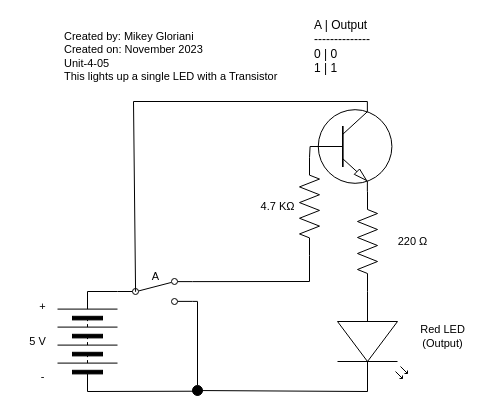
This is Unit-4-06/Unit-4-06.drawio from MikeyGloriani/TEJ3M-Unit-4, a draw.io file, before an edit. Source tidied: cells renumbered, new cells numbered last; positions are measured from the earlier drawing's top-left corner, leaving out a move shared by most shapes. Both pictures are drawn from the tidied source at 100%, with x=0, y=0 at pixel (17, 21).
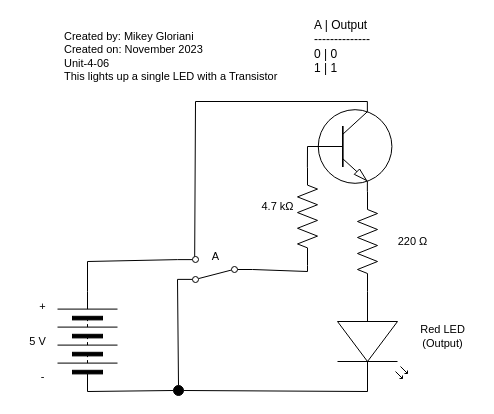
The same page after the edit.

Unchanged cells that the change refers to:
```xml
<mxCell id="3" style="verticalLabelPosition=bottom;shadow=0;dashed=0;align=center;html=1;verticalAlign=top;shape=mxgraph.electrical.miscellaneous.batteryStack;rotation=-90;" parent="1" vertex="1">
  <mxGeometry x="20" y="290" width="100" height="60" as="geometry" />
</mxCell>
<mxCell id="6" style="verticalLabelPosition=bottom;shadow=0;dashed=0;align=center;html=1;verticalAlign=top;shape=mxgraph.electrical.opto_electronics.led_2;fontFamily=Helvetica;fontSize=11;fontColor=default;rotation=90;" parent="1" vertex="1">
  <mxGeometry x="305" y="285" width="100" height="70" as="geometry" />
</mxCell>
<mxCell id="22" style="verticalLabelPosition=bottom;shadow=0;dashed=0;align=center;html=1;verticalAlign=top;shape=mxgraph.electrical.transistors.npn_transistor_1;" parent="1" vertex="1">
  <mxGeometry x="290" y="80" width="87" height="90" as="geometry" />
</mxCell>
```

What changed in the source:
```diff
@@
+    <mxCell id="21" style="edgeStyle=none;shape=connector;rounded=0;html=1;labelBackgroundColor=default;strokeColor=default;fontFamily=Helvetica;fontSize=11;fontColor=default;endArrow=none;endFill=0;exitX=0.7;exitY=0;exitDx=0;exitDy=0;exitPerimeter=0;entryX=0.771;entryY=0.944;entryDx=0;entryDy=0;entryPerimeter=0;" parent="1" edge="1" target="15">
+      <mxGeometry relative="1" as="geometry">
+        <mxPoint x="349.9" y="80" as="sourcePoint" />
+        <Array as="points">
+          <mxPoint x="178" y="80" />
+        </Array>
+      </mxGeometry>
+    </mxCell>
-    <mxCell id="2" style="edgeStyle=none;html=1;exitX=1;exitY=0.5;exitDx=0;exitDy=0;entryX=0;entryY=0.5;entryDx=0;entryDy=0;endArrow=none;endFill=0;" parent="1" edge="1" source="3" target="15">
-      <mxGeometry relative="1" as="geometry" />
+    <mxCell id="2" style="edgeStyle=none;html=1;exitX=1;exitY=0.5;exitDx=0;exitDy=0;endArrow=none;endFill=0;" parent="1" edge="1" source="3">
+      <mxGeometry relative="1" as="geometry">
+        <mxPoint x="70" y="240" as="targetPoint" />
+      </mxGeometry>
     </mxCell>
@@
-    <mxCell id="5" style="edgeStyle=none;shape=connector;rounded=0;html=1;exitX=1;exitY=0.57;exitDx=0;exitDy=0;exitPerimeter=0;entryX=0;entryY=0.5;entryDx=0;entryDy=0;labelBackgroundColor=default;strokeColor=default;fontFamily=Helvetica;fontSize=11;fontColor=default;endArrow=none;endFill=0;startArrow=none;" parent="1" edge="1" source="18" target="3">
+    <mxCell id="5" style="edgeStyle=none;shape=connector;rounded=0;html=1;entryX=0;entryY=0.5;entryDx=0;entryDy=0;labelBackgroundColor=default;strokeColor=default;fontFamily=Helvetica;fontSize=11;fontColor=default;endArrow=none;endFill=0;startArrow=none;exitX=0;exitY=0.5;exitDx=0;exitDy=0;" parent="1" edge="1" source="31" target="3">
       <mxGeometry relative="1" as="geometry" />
     </mxCell>
@@
-    <mxCell id="12" value="Created by: Mikey Gloriani&lt;br&gt;Created on: November 2023&lt;br&gt;Unit-4-05&lt;br&gt;This lights up a single LED with a Transistor" style="text;html=1;align=left;verticalAlign=middle;strokeColor=none;fillColor=none;fontSize=11;fontFamily=Helvetica;fontColor=default;" parent="1" vertex="1">
+    <mxCell id="12" value="Created by: Mikey Gloriani&lt;br&gt;Created on: November 2023&lt;br&gt;Unit-4-06&lt;br&gt;This lights up a single LED with a Transistor" style="text;html=1;align=left;verticalAlign=middle;strokeColor=none;fillColor=none;fontSize=11;fontFamily=Helvetica;fontColor=default;" parent="1" vertex="1">
       <mxGeometry x="45" width="240" height="70" as="geometry" />
     </mxCell>
-    <mxCell id="13" style="edgeStyle=none;html=1;endArrow=none;endFill=0;startArrow=none;" parent="1" edge="1" source="18">
-      <mxGeometry relative="1" as="geometry">
-        <mxPoint x="180" y="370" as="targetPoint" />
-      </mxGeometry>
-    </mxCell>
-    <mxCell id="14" style="edgeStyle=none;html=1;exitX=1;exitY=0.88;exitDx=0;exitDy=0;endArrow=none;endFill=0;" parent="1" edge="1" source="15">
-      <mxGeometry relative="1" as="geometry">
-        <mxPoint x="180" y="279.9" as="targetPoint" />
-      </mxGeometry>
-    </mxCell>
+    <mxCell id="27" style="edgeStyle=none;shape=connector;rounded=0;html=1;exitX=1;exitY=0.88;exitDx=0;exitDy=0;labelBackgroundColor=default;strokeColor=default;fontFamily=Helvetica;fontSize=11;fontColor=default;endArrow=none;endFill=0;" parent="1" edge="1" source="15">
+      <mxGeometry relative="1" as="geometry">
+        <mxPoint x="70" y="240" as="targetPoint" />
+      </mxGeometry>
+    </mxCell>
+    <mxCell id="28" style="edgeStyle=none;shape=connector;rounded=0;html=1;exitX=1;exitY=0.12;exitDx=0;exitDy=0;entryX=0.5;entryY=0;entryDx=0;entryDy=0;labelBackgroundColor=default;strokeColor=default;fontFamily=Helvetica;fontSize=11;fontColor=default;endArrow=none;endFill=0;" parent="1" edge="1" source="15" target="31">
+      <mxGeometry relative="1" as="geometry" />
+    </mxCell>
+    <mxCell id="29" style="edgeStyle=none;shape=connector;rounded=0;html=1;exitX=0;exitY=0.5;exitDx=0;exitDy=0;entryX=0;entryY=0.5;entryDx=0;entryDy=0;entryPerimeter=0;labelBackgroundColor=default;strokeColor=default;fontFamily=Helvetica;fontSize=11;fontColor=default;endArrow=none;endFill=0;" parent="1" edge="1" source="15" target="26">
+      <mxGeometry relative="1" as="geometry">
+        <Array as="points">
+          <mxPoint x="290" y="250" />
+        </Array>
+      </mxGeometry>
+    </mxCell>
-    <mxCell id="15" style="shape=mxgraph.electrical.electro-mechanical.twoWaySwitch;elSwitchState=2;" parent="1" vertex="1">
-      <mxGeometry x="100" y="257" width="75" height="26" as="geometry" />
+    <mxCell id="15" style="shape=mxgraph.electrical.electro-mechanical.twoWaySwitch;elSwitchState=2;rotation=-180;" parent="1" vertex="1">
+      <mxGeometry x="160" y="235" width="75" height="26" as="geometry" />
     </mxCell>
-    <mxCell id="16" style="edgeStyle=none;html=1;endArrow=none;endFill=0;" parent="1" edge="1" target="18">
-      <mxGeometry relative="1" as="geometry">
-        <mxPoint x="180" y="280" as="sourcePoint" />
-      </mxGeometry>
-    </mxCell>
-    <mxCell id="17" style="edgeStyle=none;shape=connector;rounded=0;html=1;exitX=1;exitY=0.57;exitDx=0;exitDy=0;exitPerimeter=0;entryX=0;entryY=0.5;entryDx=0;entryDy=0;labelBackgroundColor=default;strokeColor=default;fontFamily=Helvetica;fontSize=11;fontColor=default;endArrow=none;endFill=0;" parent="1" edge="1" source="6" target="18">
+    <mxCell id="17" style="edgeStyle=none;shape=connector;rounded=0;html=1;exitX=1;exitY=0.57;exitDx=0;exitDy=0;exitPerimeter=0;labelBackgroundColor=default;strokeColor=default;fontFamily=Helvetica;fontSize=11;fontColor=default;endArrow=none;endFill=0;entryX=1;entryY=0.5;entryDx=0;entryDy=0;" parent="1" edge="1" source="6" target="31">
       <mxGeometry relative="1" as="geometry" />
     </mxCell>
-    <mxCell id="18" style="ellipse;whiteSpace=wrap;html=1;strokeColor=#000000;fillColor=#000000;" parent="1" vertex="1">
-      <mxGeometry x="175" y="364" width="10" height="10" as="geometry" />
-    </mxCell>
@@
     <mxCell id="20" value="A" style="text;html=1;align=center;verticalAlign=middle;strokeColor=none;fillColor=none;fontSize=11;fontFamily=Helvetica;fontColor=default;" parent="1" vertex="1">
-      <mxGeometry x="122.5" y="240" width="30" height="30" as="geometry" />
+      <mxGeometry x="182.5" y="220" width="30" height="30" as="geometry" />
     </mxCell>
-    <mxCell id="21" style="edgeStyle=none;shape=connector;rounded=0;html=1;entryX=0.241;entryY=0.511;entryDx=0;entryDy=0;entryPerimeter=0;labelBackgroundColor=default;strokeColor=default;fontFamily=Helvetica;fontSize=11;fontColor=default;endArrow=none;endFill=0;exitX=0.7;exitY=0;exitDx=0;exitDy=0;exitPerimeter=0;" parent="1" edge="1" source="22" target="15">
-      <mxGeometry relative="1" as="geometry">
-        <Array as="points">
-          <mxPoint x="116" y="80" />
-        </Array>
-      </mxGeometry>
-    </mxCell>
+    <mxCell id="30" style="edgeStyle=none;shape=connector;rounded=0;html=1;labelBackgroundColor=default;strokeColor=default;fontFamily=Helvetica;fontSize=11;fontColor=default;endArrow=none;endFill=0;entryX=0.999;entryY=-0.007;entryDx=0;entryDy=0;entryPerimeter=0;" parent="1" edge="1">
+      <mxGeometry relative="1" as="geometry">
+        <mxPoint x="301" y="125" as="sourcePoint" />
+        <mxPoint x="289.9" y="146.1" as="targetPoint" />
+        <Array as="points">
+          <mxPoint x="290" y="125" />
+        </Array>
+      </mxGeometry>
+    </mxCell>
@@
-    <mxCell id="23" value="4.7 KΩ" style="text;html=1;align=center;verticalAlign=middle;strokeColor=none;fillColor=none;fontSize=11;fontFamily=Helvetica;fontColor=default;" parent="1" vertex="1">
+    <mxCell id="23" value="4.7 kΩ" style="text;html=1;align=center;verticalAlign=middle;strokeColor=none;fillColor=none;fontSize=11;fontFamily=Helvetica;fontColor=default;" parent="1" vertex="1">
       <mxGeometry x="230" y="170" width="60" height="30" as="geometry" />
     </mxCell>
-    <mxCell id="24" style="edgeStyle=none;shape=connector;rounded=0;html=1;exitX=0;exitY=0.5;exitDx=0;exitDy=0;exitPerimeter=0;entryX=1;entryY=0.12;entryDx=0;entryDy=0;labelBackgroundColor=default;strokeColor=default;fontFamily=Helvetica;fontSize=11;fontColor=default;endArrow=none;endFill=0;" parent="1" edge="1" source="26" target="15">
-      <mxGeometry relative="1" as="geometry">
-        <Array as="points">
-          <mxPoint x="292" y="260" />
-        </Array>
-      </mxGeometry>
-    </mxCell>
-    <mxCell id="25" style="edgeStyle=none;shape=connector;rounded=0;html=1;exitX=1;exitY=0.5;exitDx=0;exitDy=0;exitPerimeter=0;entryX=0;entryY=0.5;entryDx=0;entryDy=0;entryPerimeter=0;labelBackgroundColor=default;strokeColor=default;fontFamily=Helvetica;fontSize=11;fontColor=default;endArrow=none;endFill=0;" parent="1" edge="1" source="26" target="22">
-      <mxGeometry relative="1" as="geometry" />
-    </mxCell>
     <mxCell id="26" style="verticalLabelPosition=bottom;shadow=0;dashed=0;align=center;html=1;verticalAlign=top;shape=mxgraph.electrical.resistors.resistor_2;rotation=-90;" parent="1" vertex="1">
-      <mxGeometry x="243" y="175" width="98" height="20" as="geometry" />
+      <mxGeometry x="241" y="185" width="98" height="20" as="geometry" />
     </mxCell>
+    <mxCell id="31" style="ellipse;whiteSpace=wrap;html=1;strokeColor=#000000;fillColor=#000000;" parent="1" vertex="1">
+      <mxGeometry x="156" y="364" width="10" height="10" as="geometry" />
+    </mxCell>
```
